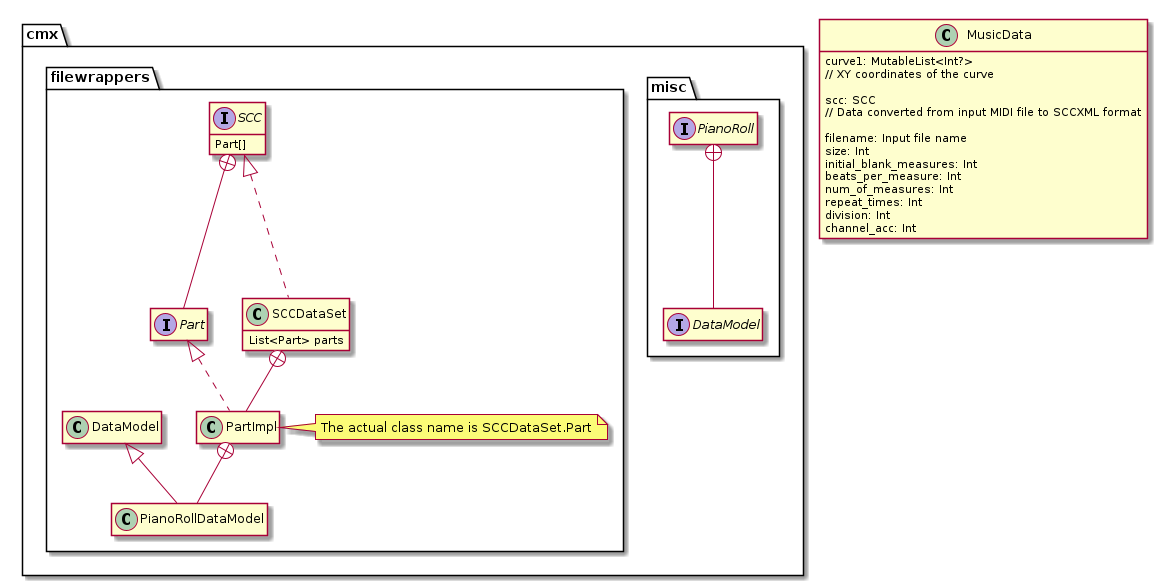
Before: diagrams/test3.png, a diagram exported from PlantUML (fujiij/plantuml).
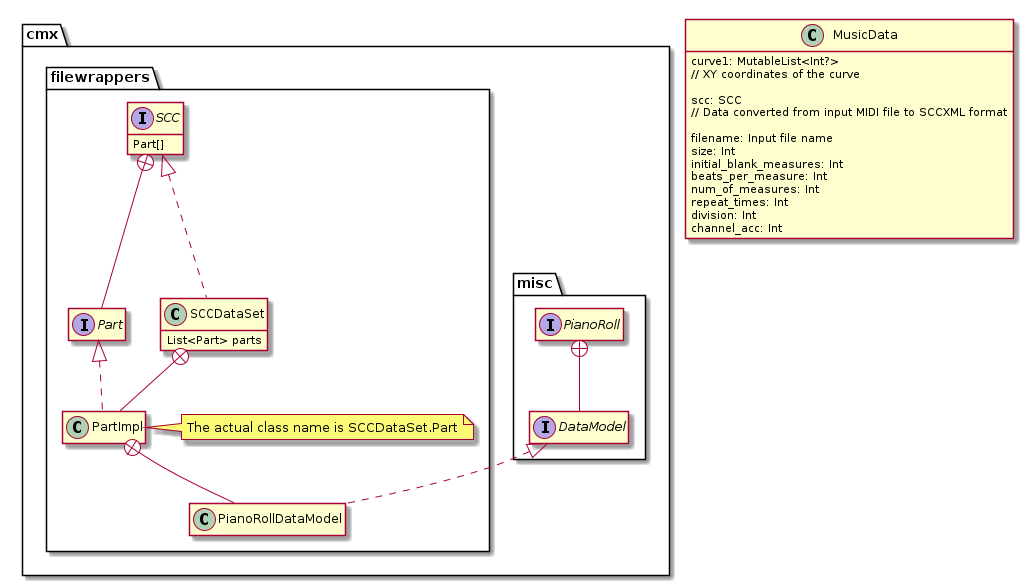
After the commit.

Commit message:
Auto-generate PlantUML diagrams

Diff of the diagram source:
```diff
@@ -40,7 +40,7 @@
             The actual class name is SCCDataSet.Part
         end note
 
-        PianoRoll.DataModel <|-- PianoRollDataModel
+        DataModel <|.. PianoRollDataModel
         PartImpl +-- PianoRollDataModel
     }
 }
```
